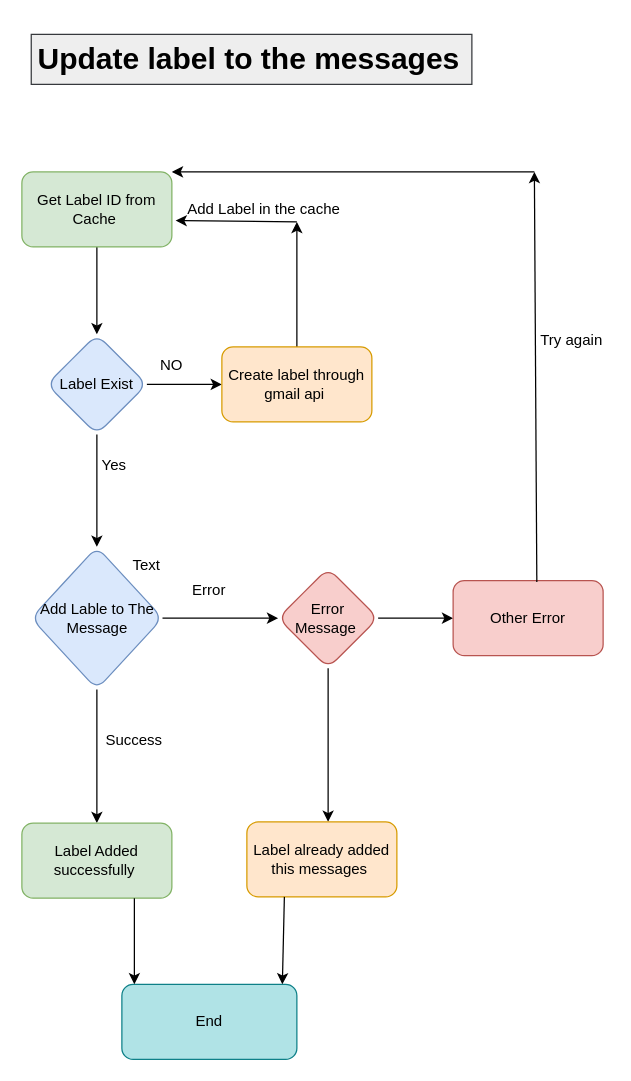
The draw.io diagram Untitled Diagram.drawio in manzurahammed/weather_app, before the edit. Source tidied: cells renumbered, new cells numbered last; positions are measured from the earlier drawing's top-left corner, leaving out a move shared by most shapes. Both pictures are drawn from the tidied source at 125%, with x=0, y=0 at pixel (21, 34).
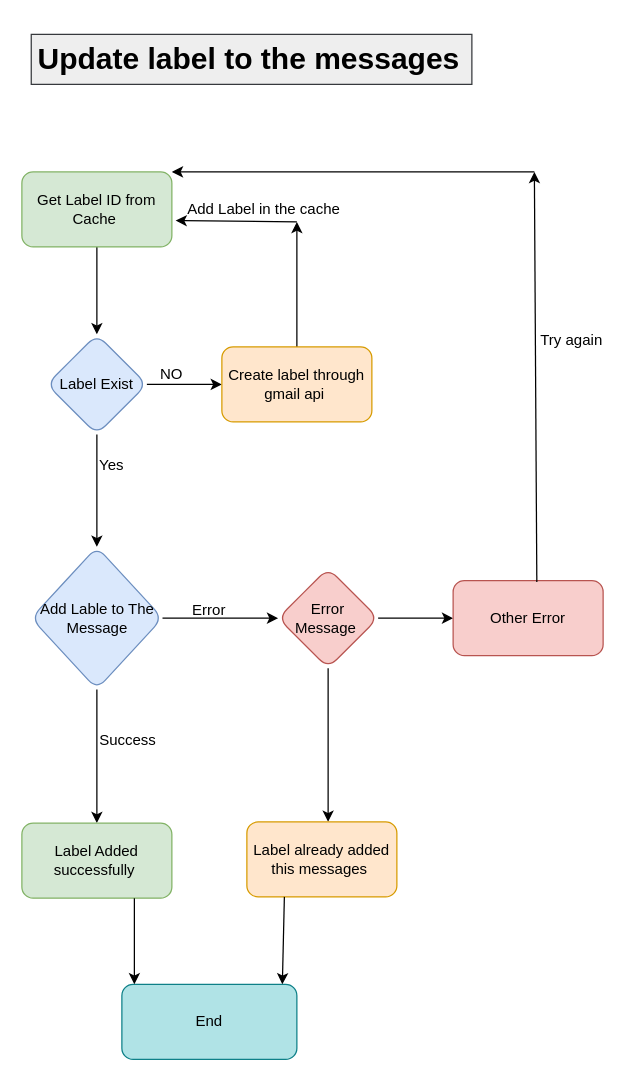
The same page after the edit.

What changed in the source:
```diff
@@
     <mxCell id="12" value="NO" style="text;html=1;strokeColor=none;fillColor=none;align=center;verticalAlign=middle;whiteSpace=wrap;rounded=0;" parent="1" vertex="1">
-      <mxGeometry x="90" y="250" width="60" height="30" as="geometry" />
+      <mxGeometry x="90" y="257" width="60" height="30" as="geometry" />
     </mxCell>
     <mxCell id="13" value="Yes" style="text;html=1;strokeColor=none;fillColor=none;align=center;verticalAlign=middle;whiteSpace=wrap;rounded=0;" parent="1" vertex="1">
-      <mxGeometry x="44" y="330" width="60" height="30" as="geometry" />
+      <mxGeometry x="42" y="330" width="60" height="30" as="geometry" />
     </mxCell>
@@
     <mxCell id="20" value="Error" style="text;html=1;strokeColor=none;fillColor=none;align=center;verticalAlign=middle;whiteSpace=wrap;rounded=0;" parent="1" vertex="1">
-      <mxGeometry x="120" y="430" width="60" height="30" as="geometry" />
+      <mxGeometry x="120" y="446" width="60" height="30" as="geometry" />
     </mxCell>
     <mxCell id="21" value="Success" style="text;html=1;strokeColor=none;fillColor=none;align=center;verticalAlign=middle;whiteSpace=wrap;rounded=0;" parent="1" vertex="1">
-      <mxGeometry x="60" y="550" width="60" height="30" as="geometry" />
+      <mxGeometry x="55" y="550" width="60" height="30" as="geometry" />
     </mxCell>
@@
-    <mxCell id="26" value="Text" style="text;html=1;strokeColor=none;fillColor=none;align=center;verticalAlign=middle;whiteSpace=wrap;rounded=0;" parent="1" vertex="1">
-      <mxGeometry x="70" y="410" width="60" height="30" as="geometry" />
-    </mxCell>
```
